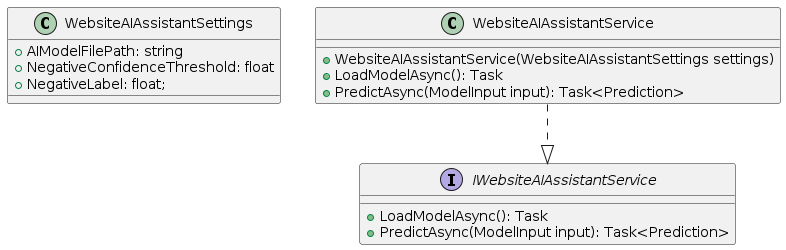
The PlantUML diagram Docs/WebsiteAIAssistantService.png in VeritasSoftware/WebsiteAIAssistant, before a commit.
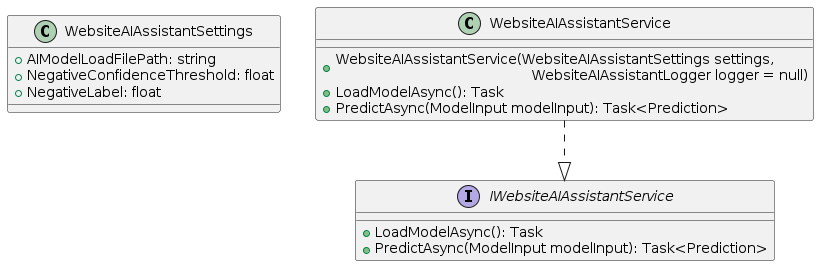
After the commit.

Commit message:
updated class diagram images. updated readme.

What changed in the source:
```diff
@@ -1,22 +1,22 @@
 @startuml
 class WebsiteAIAssistantSettings
 {
-  + AIModelFilePath: string
+  + AIModelLoadFilePath: string
   + NegativeConfidenceThreshold: float
-  + NegativeLabel: float;
+  + NegativeLabel: float
 }
 
 interface IWebsiteAIAssistantService
 {
   + LoadModelAsync(): Task
-  + PredictAsync(ModelInput input): Task<Prediction>
+  + PredictAsync(ModelInput modelInput): Task<Prediction>
 }
 
 class WebsiteAIAssistantService
 {
-  + WebsiteAIAssistantService(WebsiteAIAssistantSettings settings)
+  + WebsiteAIAssistantService(WebsiteAIAssistantSettings settings, \n \t \t  \t \t \t \t WebsiteAIAssistantLogger logger = null)
   + LoadModelAsync(): Task
-  + PredictAsync(ModelInput input): Task<Prediction>
+  + PredictAsync(ModelInput modelInput): Task<Prediction>
 }
 
 WebsiteAIAssistantService ..|> IWebsiteAIAssistantService
```
